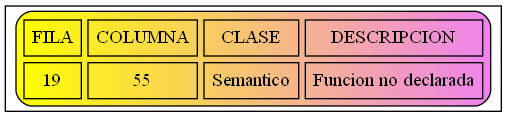
Earlier version of the Graphviz export Errores.png (JoseMore99/OLC2_P1_201701015). Its source is kept beside it as Errores.dot.
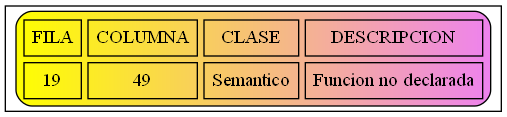
Later version of the same file.

Change to the diagram source:
```diff
@@ -2,6 +2,6 @@
 node [shape=record];
 a0 [label=<<TABLE border="1" cellspacing="5" cellpadding="5" style="rounded" bgcolor="yellow:violet">
 "<TR><TD>FILA</TD><TD>COLUMNA</TD><TD>CLASE</TD><TD>DESCRIPCION</TD></TR>
-<TR><TD>19</TD><TD>55</TD><TD>Semantico</TD><TD>Funcion no declarada</TD></TR>
+<TR><TD>19</TD><TD>49</TD><TD>Semantico</TD><TD>Funcion no declarada</TD></TR>
 </TABLE>>];
 }
```
